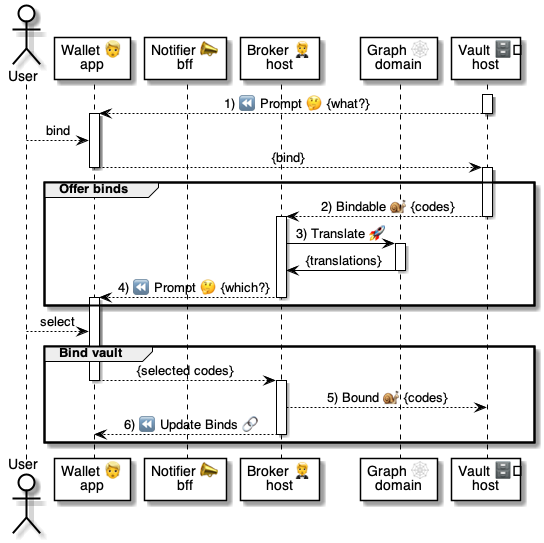
Above: 4 ⚙️ Solution/20 🧑‍🦰 UI/Wallets 🧑‍🦰/🧑‍🦰💬 Wallet chats/...in Prompts 🤔/Bind 👉🗄️🔗/🧑‍🦰 Bind vault ⚙️ uml.png in pollyweb-org/pollyweb-docs (PlantUML), before the change. Its source is kept beside it as 4 ⚙️ Solution/20 🧑‍🦰 UI/Wallets 🧑‍🦰/🧑‍🦰💬 Wallet chats/...in Prompts 🤔/Bind 👉🗄️🔗/🧑‍🦰 Bind vault ⚙️ uml.puml.
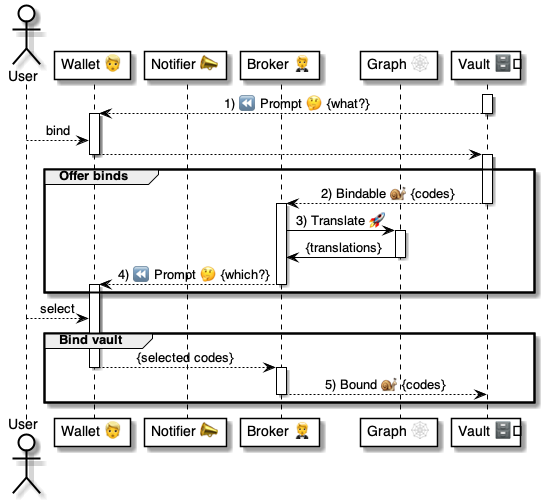
The same file after the commit.

Change to the diagram source:
```diff
@@ -2,11 +2,11 @@
 
 
 actor User as user
-participant "Wallet 👱\napp" as wallet
-participant "Notifier 📣\nbff" as notifier
-participant "Broker 🤵\nhost" as broker
-participant "Graph 🕸\ndomain" as graph
-participant "Vault 🗄️\nhost" as vault
+participant "Wallet 👱" as wallet
+participant "Notifier 📣" as notifier
+participant "Broker 🤵" as broker
+participant "Graph 🕸" as graph
+participant "Vault 🗄️" as vault
 
 
 activate vault
@@ -15,7 +15,7 @@
 
 activate wallet
 user --> wallet: bind
-wallet --> vault: {bind}
+wallet --> vault:
 deactivate wallet
 
 activate vault
@@ -51,7 +51,6 @@
 
     activate broker
         broker --> vault: 5) Bound 🐌 {codes}
-        broker --> wallet:  6) ⏪ Update Binds 🔗
     deactivate broker
 
 end group
```
